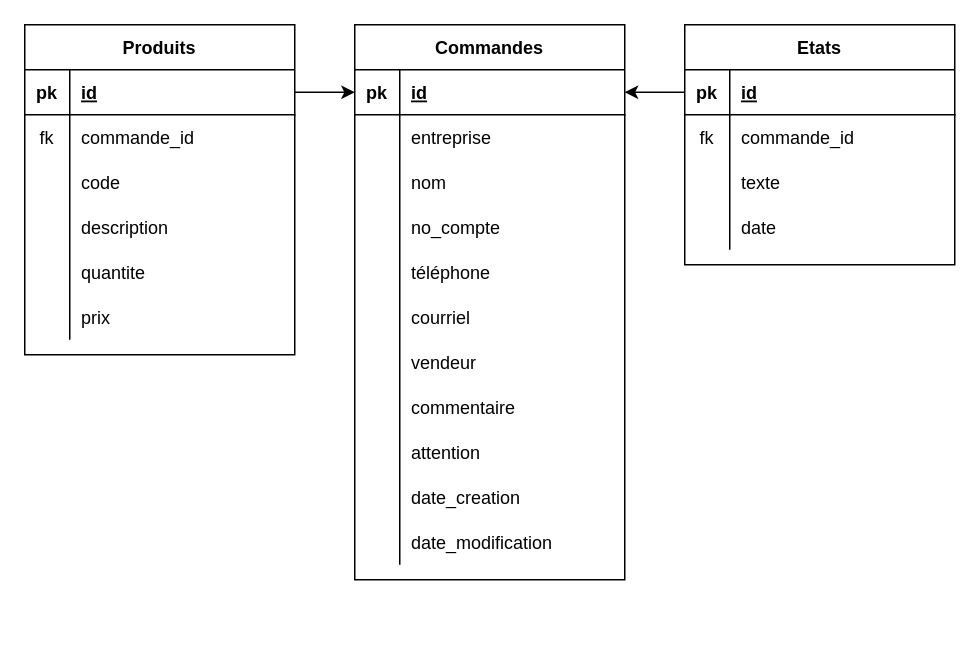
Alexinlife/Sidekick keeps this draw.io diagram as dev/DiagrammeBD-PA1.drawio. Above is the earlier version. Source tidied: cells renumbered, new cells numbered last; positions are measured from the earlier drawing's top-left corner, leaving out a move shared by most shapes. Both pictures are drawn from the tidied source at 150%, with x=0, y=0 at pixel (24, 24).
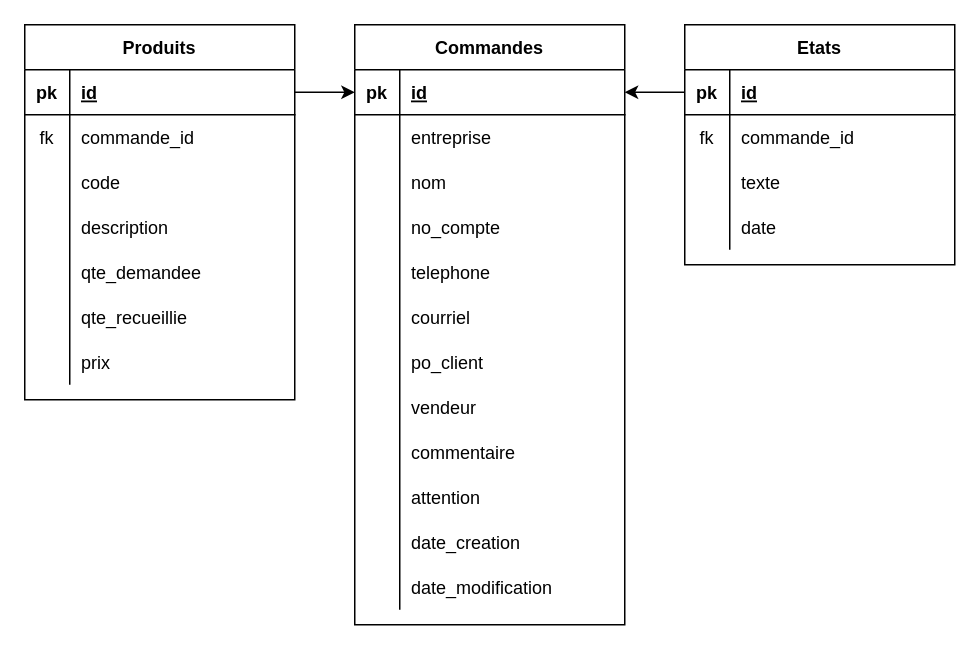
After the change.

The change refers to these unchanged cells:
```xml
<mxCell id="15" style="shape=partialRectangle;fillColor=none;top=0;left=0;bottom=0;right=0;" parent="2" vertex="1">
  <mxGeometry y="150" width="180" height="30" as="geometry" />
</mxCell>
<mxCell id="49" style="shape=partialRectangle;fillColor=none;top=0;left=0;bottom=0;right=0;" parent="36" vertex="1">
  <mxGeometry y="150" width="180" height="30" as="geometry" />
</mxCell>
```

Diff of the diagram source:
```diff
@@
     <mxCell id="2" value="Commandes" style="shape=table;startSize=30;childLayout=tableLayout;rowLines=0;fontStyle=1;align=center;" parent="1" vertex="1">
-      <mxGeometry x="220" width="180" height="370" as="geometry" />
+      <mxGeometry x="220" width="180" height="400" as="geometry" />
     </mxCell>
@@
-    <mxCell id="17" value="téléphone" style="shape=partialRectangle;fillColor=none;top=0;left=0;bottom=0;right=0;align=left;spacingLeft=6;overflow=hidden;" parent="15" vertex="1">
+    <mxCell id="17" value="telephone" style="shape=partialRectangle;fillColor=none;top=0;left=0;bottom=0;right=0;align=left;spacingLeft=6;overflow=hidden;" parent="15" vertex="1">
       <mxGeometry x="30" width="150" height="30" as="geometry" />
     </mxCell>
@@
+    <mxCell id="70" style="shape=partialRectangle;fillColor=none;top=0;left=0;bottom=0;right=0;" parent="2" vertex="1">
+      <mxGeometry y="210" width="180" height="30" as="geometry" />
+    </mxCell>
+    <mxCell id="71" style="shape=partialRectangle;fillColor=none;top=0;left=0;bottom=0;right=0;overflow=hidden;" parent="70" vertex="1">
+      <mxGeometry width="30" height="30" as="geometry" />
+    </mxCell>
+    <mxCell id="72" value="po_client" style="shape=partialRectangle;fillColor=none;top=0;left=0;bottom=0;right=0;align=left;spacingLeft=6;overflow=hidden;" parent="70" vertex="1">
+      <mxGeometry x="30" width="150" height="30" as="geometry" />
+    </mxCell>
     <mxCell id="21" style="shape=partialRectangle;fillColor=none;top=0;left=0;bottom=0;right=0;" parent="2" vertex="1">
-      <mxGeometry y="210" width="180" height="30" as="geometry" />
+      <mxGeometry y="240" width="180" height="30" as="geometry" />
     </mxCell>
@@
     <mxCell id="24" style="shape=partialRectangle;fillColor=none;top=0;left=0;bottom=0;right=0;" parent="2" vertex="1">
-      <mxGeometry y="240" width="180" height="30" as="geometry" />
+      <mxGeometry y="270" width="180" height="30" as="geometry" />
     </mxCell>
@@
     <mxCell id="27" style="shape=partialRectangle;fillColor=none;top=0;left=0;bottom=0;right=0;" parent="2" vertex="1">
-      <mxGeometry y="270" width="180" height="30" as="geometry" />
+      <mxGeometry y="300" width="180" height="30" as="geometry" />
     </mxCell>
@@
     <mxCell id="30" style="shape=partialRectangle;fillColor=none;top=0;left=0;bottom=0;right=0;" parent="2" vertex="1">
-      <mxGeometry y="300" width="180" height="30" as="geometry" />
+      <mxGeometry y="330" width="180" height="30" as="geometry" />
     </mxCell>
@@
     <mxCell id="33" style="shape=partialRectangle;fillColor=none;top=0;left=0;bottom=0;right=0;" parent="2" vertex="1">
-      <mxGeometry y="330" width="180" height="30" as="geometry" />
+      <mxGeometry y="360" width="180" height="30" as="geometry" />
     </mxCell>
@@
     <mxCell id="36" value="Produits" style="shape=table;startSize=30;childLayout=tableLayout;rowLines=0;fontStyle=1;align=center;" parent="1" vertex="1">
-      <mxGeometry width="180" height="220" as="geometry" />
+      <mxGeometry width="180" height="250" as="geometry" />
     </mxCell>
@@
-    <mxCell id="51" value="quantite" style="shape=partialRectangle;fillColor=none;top=0;left=0;bottom=0;right=0;align=left;spacingLeft=6;overflow=hidden;" parent="49" vertex="1">
+    <mxCell id="51" value="qte_demandee" style="shape=partialRectangle;fillColor=none;top=0;left=0;bottom=0;right=0;align=left;spacingLeft=6;overflow=hidden;" parent="49" vertex="1">
       <mxGeometry x="30" width="150" height="30" as="geometry" />
     </mxCell>
+    <mxCell id="73" style="shape=partialRectangle;fillColor=none;top=0;left=0;bottom=0;right=0;" parent="36" vertex="1">
+      <mxGeometry y="180" width="180" height="30" as="geometry" />
+    </mxCell>
+    <mxCell id="74" style="shape=partialRectangle;fillColor=none;top=0;left=0;bottom=0;right=0;overflow=hidden;" parent="73" vertex="1">
+      <mxGeometry width="30" height="30" as="geometry" />
+    </mxCell>
+    <mxCell id="75" value="qte_recueillie" style="shape=partialRectangle;fillColor=none;top=0;left=0;bottom=0;right=0;align=left;spacingLeft=6;overflow=hidden;" parent="73" vertex="1">
+      <mxGeometry x="30" width="150" height="30" as="geometry" />
+    </mxCell>
     <mxCell id="52" style="shape=partialRectangle;fillColor=none;top=0;left=0;bottom=0;right=0;" parent="36" vertex="1">
-      <mxGeometry y="180" width="180" height="30" as="geometry" />
+      <mxGeometry y="210" width="180" height="30" as="geometry" />
     </mxCell>
```
